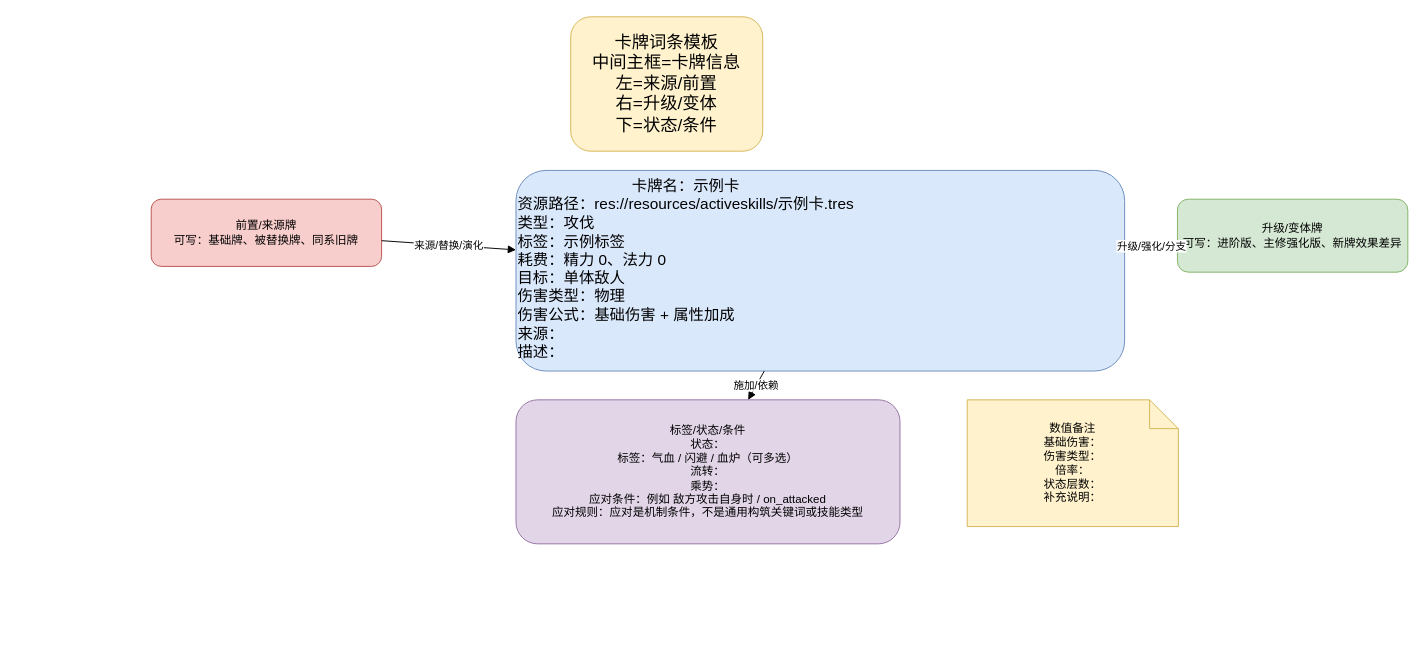
Earlier version of the draw.io diagram page "卡牌模板" (1 of 2) of docs/卡牌词典/_卡牌模板.drawio (ankundanetracyc-spec/tian-guan-you-du). Source tidied: cells renumbered, new cells numbered last; positions are measured from the earlier drawing's top-left corner, leaving out a move shared by most shapes. Both pictures are drawn from the tidied source at 96%, with x=0, y=0 at pixel (151, 16).
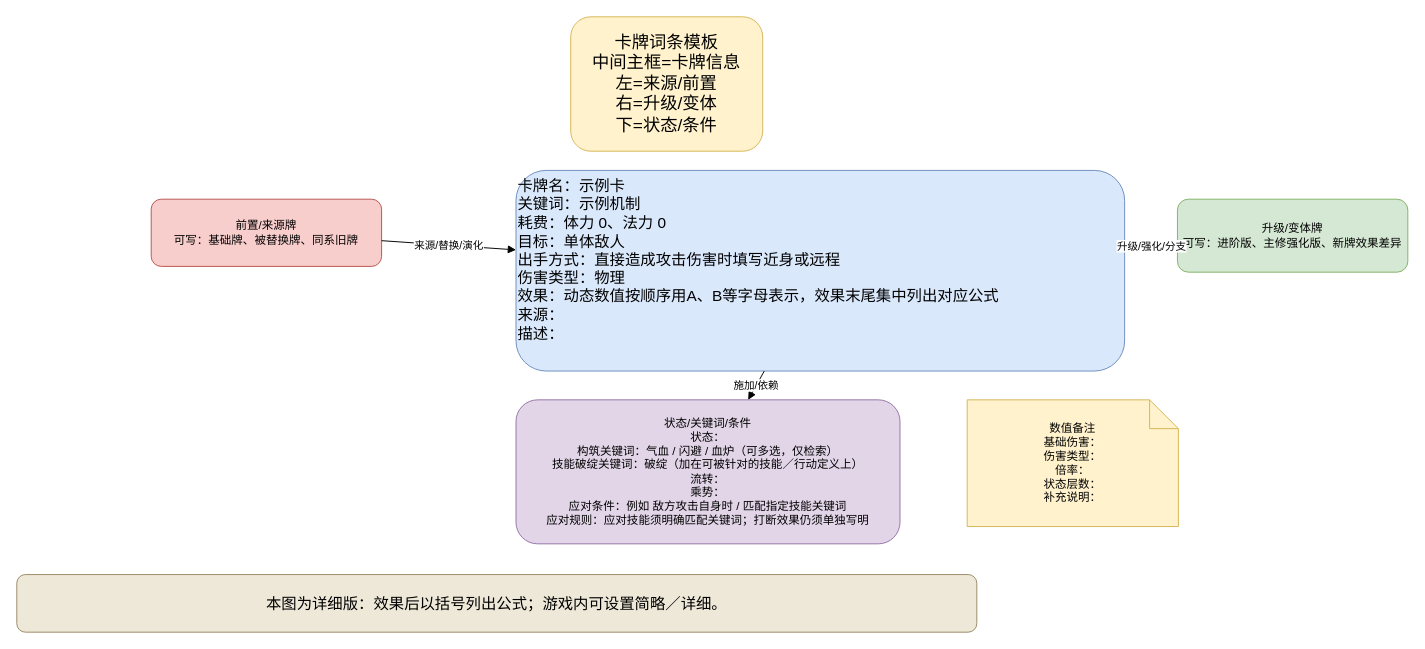
After the change.

The edit, as a diff of the source:
```diff
@@
 <mxGraphModel>
   <root>
     <mxCell id="0" />
     <mxCell id="1" parent="0" />
     <mxCell id="2" value="卡牌词条模板&#10;中间主框=卡牌信息&#10;左=来源/前置&#10;右=升级/变体&#10;下=状态/条件" style="rounded=1;whiteSpace=wrap;html=1;fillColor=#fff2cc;strokeColor=#d6b656;fontSize=18;" parent="1" vertex="1">
       <mxGeometry x="437" width="200" height="140" as="geometry" />
     </mxCell>
-    <mxCell id="3" value="&lt;div style=&quot;text-align:center;&quot;&gt;卡牌名：示例卡&lt;/div&gt;&lt;div style=&quot;text-align:left;&quot;&gt;资源路径：res://resources/activeskills/示例卡.tres&lt;br&gt;类型：攻伐&lt;br&gt;标签：示例标签&lt;br&gt;耗费：精力 0、法力 0&lt;br&gt;目标：单体敌人&lt;br&gt;伤害类型：物理&lt;br&gt;伤害公式：基础伤害 + 属性加成&lt;br&gt;来源：&lt;br&gt;描述：&lt;/div&gt;" style="rounded=1;whiteSpace=wrap;html=1;fillColor=#dae8fc;strokeColor=#6c8ebf;fontSize=16;align=left;verticalAlign=top;" parent="1" vertex="1">
+    <mxCell id="3" value="卡牌名：示例卡&#10;关键词：示例机制&#10;耗费：体力 0、法力 0&#10;目标：单体敌人&#10;出手方式：直接造成攻击伤害时填写近身或远程&#10;伤害类型：物理&#10;效果：动态数值按顺序用A、B等字母表示，效果末尾集中列出对应公式&#10;来源：&#10;描述：" style="rounded=1;whiteSpace=wrap;html=1;fillColor=#dae8fc;strokeColor=#6c8ebf;fontSize=16;align=left;verticalAlign=top;" parent="1" vertex="1">
       <mxGeometry x="380" y="160" width="634" height="209" as="geometry" />
     </mxCell>
     <mxCell id="4" value="前置/来源牌&#10;可写：基础牌、被替换牌、同系旧牌" style="rounded=1;whiteSpace=wrap;html=1;fillColor=#f8cecc;strokeColor=#b85450;" parent="1" vertex="1">
       <mxGeometry y="190" width="240" height="70" as="geometry" />
     </mxCell>
     <mxCell id="5" value="升级/变体牌&#10;可写：进阶版、主修强化版、新牌效果差异" style="rounded=1;whiteSpace=wrap;html=1;fillColor=#d5e8d4;strokeColor=#82b366;" parent="1" vertex="1">
       <mxGeometry x="1069" y="190" width="240" height="76" as="geometry" />
     </mxCell>
-    <mxCell id="6" value="标签/状态/条件&#10;状态：&#10;标签：气血 / 闪避 / 血炉（可多选）&#10;流转：&#10;乘势：&#10;应对条件：例如 敌方攻击自身时 / on_attacked&#10;应对规则：应对是机制条件，不是通用构筑关键词或技能类型" style="rounded=1;whiteSpace=wrap;html=1;fillColor=#e1d5e7;strokeColor=#9673a6;" parent="1" vertex="1">
+    <mxCell id="6" value="状态/关键词/条件&#10;状态：&#10;构筑关键词：气血 / 闪避 / 血炉（可多选，仅检索）&#10;技能破绽关键词：破绽（加在可被针对的技能／行动定义上）&#10;流转：&#10;乘势：&#10;应对条件：例如 敌方攻击自身时 / 匹配指定技能关键词&#10;应对规则：应对技能须明确匹配关键词；打断效果仍须单独写明" style="rounded=1;whiteSpace=wrap;html=1;fillColor=#e1d5e7;strokeColor=#9673a6;" parent="1" vertex="1">
       <mxGeometry x="380" y="399" width="400" height="150" as="geometry" />
     </mxCell>
     <mxCell id="7" value="数值备注&#10;基础伤害：&#10;伤害类型：&#10;倍率：&#10;状态层数：&#10;补充说明：" style="shape=note;whiteSpace=wrap;html=1;fillColor=#fff2cc;strokeColor=#d6b656;" parent="1" vertex="1">
       <mxGeometry x="850" y="399" width="220" height="132" as="geometry" />
     </mxCell>
     <mxCell id="8" value="来源/替换/演化" style="endArrow=block;html=1;rounded=0;" parent="1" edge="1" source="4" target="3">
       <mxGeometry relative="1" as="geometry" />
     </mxCell>
     <mxCell id="9" value="升级/强化/分支" style="endArrow=block;html=1;rounded=0;" parent="1" edge="1" source="3" target="5">
       <mxGeometry relative="1" as="geometry" />
     </mxCell>
     <mxCell id="10" value="施加/依赖" style="endArrow=block;html=1;rounded=0;" parent="1" edge="1" source="3" target="6">
       <mxGeometry relative="1" as="geometry" />
     </mxCell>
+    <mxCell id="11" value="本图为详细版：效果后以括号列出公式；游戏内可设置简略／详细。" style="rounded=1;whiteSpace=wrap;html=1;fillColor=#eee8d8;strokeColor=#9a8967;fontSize=16;" parent="1" vertex="1">
+      <mxGeometry x="-140" y="581" width="1000" height="60" as="geometry" />
+    </mxCell>
   </root>
 </mxGraphModel>
```
